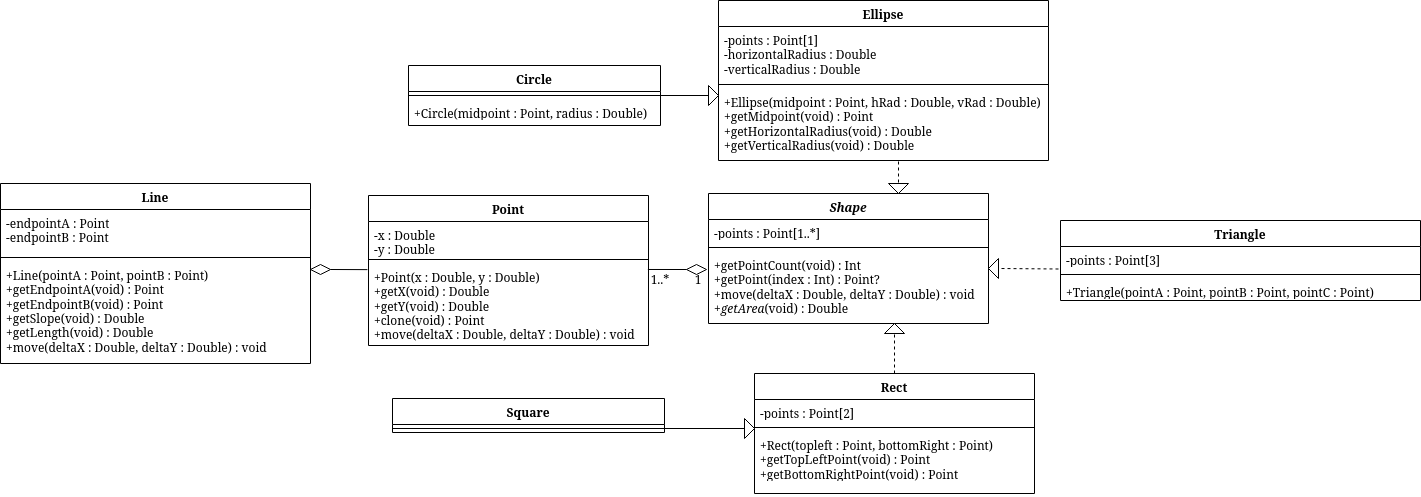
Earlier version of the draw.io export UML.png (BrodySteidley/cs5700.1). Source tidied: cells renumbered, new cells last; positions are measured from the earlier drawing's top-left corner, leaving out a move shared by most shapes.
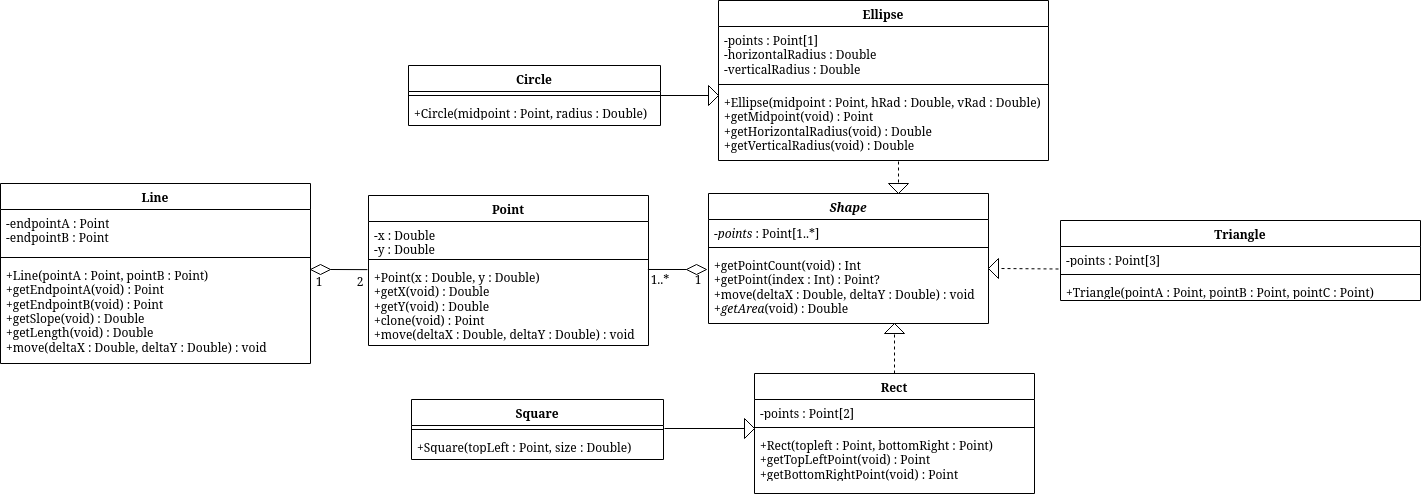
After the commit.

Change to the diagram source:
```diff
@@ -81,7 +81,7 @@
     <mxCell id="25" value="&lt;i&gt;Shape&lt;/i&gt;" style="swimlane;fontStyle=1;align=center;verticalAlign=top;horizontal=1;startSize=26;whiteSpace=wrap;html=1;" parent="1" vertex="1">
       <mxGeometry x="708" y="193" width="280" height="130" as="geometry" />
     </mxCell>
-    <mxCell id="26" value="&lt;div&gt;-points : Point[1..*]&lt;/div&gt;" style="text;strokeColor=none;fillColor=none;align=left;verticalAlign=top;spacingLeft=4;spacingRight=4;overflow=hidden;whiteSpace=wrap;html=1;" parent="25" vertex="1">
+    <mxCell id="26" value="&lt;div&gt;-&lt;i&gt;points&lt;/i&gt; : Point[1..*]&lt;/div&gt;" style="text;strokeColor=none;fillColor=none;align=left;verticalAlign=top;spacingLeft=4;spacingRight=4;overflow=hidden;whiteSpace=wrap;html=1;" parent="25" vertex="1">
       <mxGeometry y="26" width="280" height="24" as="geometry" />
     </mxCell>
     <mxCell id="27" style="line;strokeWidth=1;fillColor=none;align=left;verticalAlign=middle;spacingTop=-1;spacingLeft=3;spacingRight=3;labelPosition=right;strokeColor=inherit;" parent="25" vertex="1">
@@ -144,11 +144,20 @@
     <mxCell id="44" value="&lt;div&gt;+Triangle(pointA : Point, pointB : Point, pointC : Point)&lt;/div&gt;" style="text;strokeColor=none;fillColor=none;align=left;verticalAlign=top;spacingLeft=4;spacingRight=4;overflow=hidden;whiteSpace=wrap;html=1;" parent="41" vertex="1">
       <mxGeometry y="58" width="360" height="22" as="geometry" />
     </mxCell>
+    <mxCell id="47" value="1" style="text;html=1;whiteSpace=wrap;strokeColor=none;fillColor=none;align=center;verticalAlign=middle;rounded=0;" parent="1" vertex="1">
+      <mxGeometry x="289" y="266" width="60" height="30" as="geometry" />
+    </mxCell>
+    <mxCell id="48" value="2" style="text;html=1;whiteSpace=wrap;strokeColor=none;fillColor=none;align=center;verticalAlign=middle;rounded=0;" parent="1" vertex="1">
+      <mxGeometry x="330" y="266" width="60" height="30" as="geometry" />
+    </mxCell>
     <mxCell id="45" value="Square" style="swimlane;fontStyle=1;align=center;verticalAlign=top;horizontal=1;startSize=26;whiteSpace=wrap;html=1;" parent="1" vertex="1">
-      <mxGeometry x="392" y="398" width="272" height="34" as="geometry" />
+      <mxGeometry x="411" y="399" width="252" height="60" as="geometry" />
     </mxCell>
-    <mxCell id="46" style="line;strokeWidth=1;fillColor=none;align=left;verticalAlign=middle;spacingTop=-1;spacingLeft=3;spacingRight=3;labelPosition=right;strokeColor=inherit;" parent="45" vertex="1">
-      <mxGeometry y="26" width="272" height="8" as="geometry" />
-    </mxCell>
+    <mxCell id="49" style="line;strokeWidth=1;fillColor=none;align=left;verticalAlign=middle;spacingTop=-1;spacingLeft=3;spacingRight=3;labelPosition=right;strokeColor=inherit;" parent="45" vertex="1">
+      <mxGeometry y="26" width="252" height="8" as="geometry" />
+    </mxCell>
+    <mxCell id="50" value="+Square(topLeft : Point, size : Double)" style="text;strokeColor=none;fillColor=none;align=left;verticalAlign=top;spacingLeft=4;spacingRight=4;overflow=hidden;whiteSpace=wrap;html=1;" parent="45" vertex="1">
+      <mxGeometry y="34" width="252" height="26" as="geometry" />
+    </mxCell>
   </root>
 </mxGraphModel>
```
